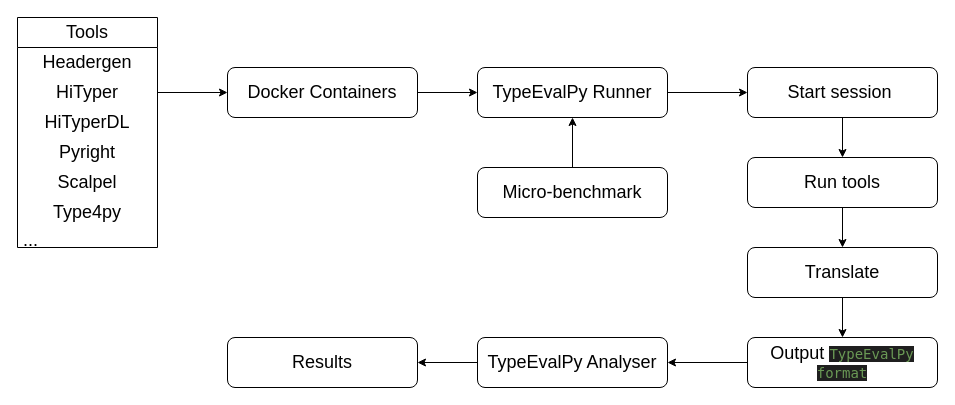
The draw.io diagram page "TypeEvalPy" (1 of 3) of docs/design.drawio in secure-software-engineering/TypeEvalPy, before the edit. Source tidied: cells renumbered, new cells numbered last; positions are measured from the earlier drawing's top-left corner, leaving out a move shared by most shapes. Both pictures are drawn from the tidied source at 100%, with x=0, y=0 at pixel (17, 17).
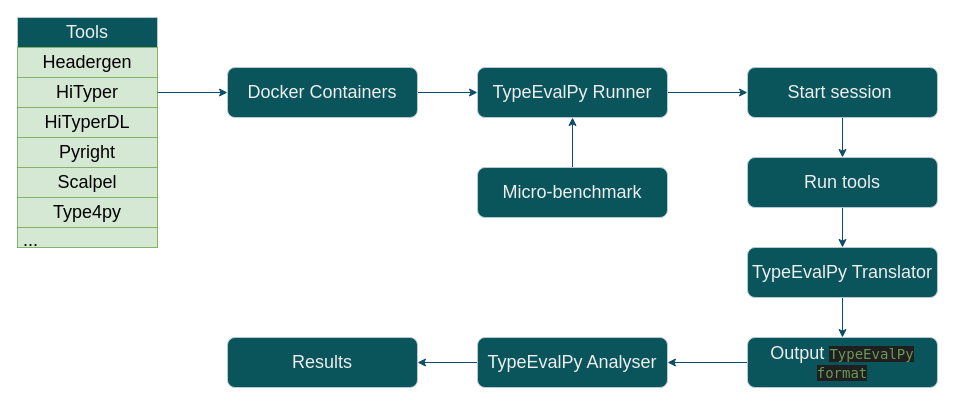
The same diagram, later.

Commit message (it also covers changes not shown here):
Results | Type category data for exact match

Change to the diagram source:
```diff
@@
-    <mxCell id="2" style="edgeStyle=none;html=1;exitX=0.5;exitY=0;exitDx=0;exitDy=0;entryX=0.5;entryY=1;entryDx=0;entryDy=0;fontSize=18;" parent="1" edge="1" source="3" target="16">
+    <mxCell id="2" style="edgeStyle=none;html=1;exitX=0.5;exitY=0;exitDx=0;exitDy=0;entryX=0.5;entryY=1;entryDx=0;entryDy=0;fontSize=18;labelBackgroundColor=none;strokeColor=#0B4D6A;fontColor=default;" parent="1" edge="1" source="3" target="16">
       <mxGeometry relative="1" as="geometry" />
     </mxCell>
-    <mxCell id="3" value="&lt;font style=&quot;font-size: 18px;&quot;&gt;Micro-benchmark&lt;/font&gt;" style="rounded=1;whiteSpace=wrap;html=1;" parent="1" vertex="1">
+    <mxCell id="3" value="&lt;font style=&quot;font-size: 18px;&quot;&gt;Micro-benchmark&lt;/font&gt;" style="rounded=1;whiteSpace=wrap;html=1;labelBackgroundColor=none;fillColor=#09555B;strokeColor=#BAC8D3;fontColor=#EEEEEE;" parent="1" vertex="1">
       <mxGeometry x="460" y="150" width="190" height="50" as="geometry" />
     </mxCell>
-    <mxCell id="4" style="edgeStyle=none;html=1;exitX=1;exitY=0.5;exitDx=0;exitDy=0;entryX=0;entryY=0.5;entryDx=0;entryDy=0;fontSize=18;" parent="1" edge="1" source="5" target="16">
+    <mxCell id="4" style="edgeStyle=none;html=1;exitX=1;exitY=0.5;exitDx=0;exitDy=0;entryX=0;entryY=0.5;entryDx=0;entryDy=0;fontSize=18;labelBackgroundColor=none;strokeColor=#0B4D6A;fontColor=default;" parent="1" edge="1" source="5" target="16">
       <mxGeometry relative="1" as="geometry" />
     </mxCell>
-    <mxCell id="5" value="&lt;font style=&quot;font-size: 18px;&quot;&gt;Docker Containers&lt;br&gt;&lt;/font&gt;" style="rounded=1;whiteSpace=wrap;html=1;" parent="1" vertex="1">
+    <mxCell id="5" value="&lt;font style=&quot;font-size: 18px;&quot;&gt;Docker Containers&lt;br&gt;&lt;/font&gt;" style="rounded=1;whiteSpace=wrap;html=1;labelBackgroundColor=none;fillColor=#09555B;strokeColor=#BAC8D3;fontColor=#EEEEEE;" parent="1" vertex="1">
       <mxGeometry x="210" y="50" width="190" height="50" as="geometry" />
     </mxCell>
-    <mxCell id="6" value="Tools" style="swimlane;fontStyle=0;horizontal=1;startSize=30;whiteSpace=wrap;html=1;fontSize=18;" parent="1" vertex="1">
+    <mxCell id="6" value="Tools" style="swimlane;fontStyle=0;horizontal=1;startSize=30;whiteSpace=wrap;html=1;fontSize=18;labelBackgroundColor=none;fillColor=#09555B;strokeColor=#BAC8D3;fontColor=#EEEEEE;" parent="1" vertex="1">
       <mxGeometry width="140" height="230" as="geometry" />
     </mxCell>
-    <mxCell id="7" value="&lt;div style=&quot;&quot;&gt;&lt;span style=&quot;background-color: initial;&quot;&gt;Headergen&lt;/span&gt;&lt;/div&gt;" style="text;strokeColor=none;fillColor=none;align=center;verticalAlign=middle;spacingLeft=4;spacingRight=4;overflow=hidden;whiteSpace=wrap;html=1;fontSize=18;" parent="6" vertex="1">
+    <mxCell id="7" value="&lt;div style=&quot;&quot;&gt;&lt;span style=&quot;background-color: initial;&quot;&gt;Headergen&lt;/span&gt;&lt;/div&gt;" style="text;strokeColor=#82b366;fillColor=#d5e8d4;align=center;verticalAlign=middle;spacingLeft=4;spacingRight=4;overflow=hidden;whiteSpace=wrap;html=1;fontSize=18;labelBackgroundColor=none;" parent="6" vertex="1">
       <mxGeometry y="30" width="140" height="30" as="geometry" />
     </mxCell>
-    <mxCell id="8" value="HiTyper" style="text;strokeColor=none;fillColor=none;align=center;verticalAlign=middle;spacingLeft=4;spacingRight=4;overflow=hidden;points=[[0,0.5],[1,0.5]];portConstraint=eastwest;whiteSpace=wrap;html=1;fontSize=18;" parent="6" vertex="1">
+    <mxCell id="8" value="HiTyper" style="text;strokeColor=#82b366;fillColor=#d5e8d4;align=center;verticalAlign=middle;spacingLeft=4;spacingRight=4;overflow=hidden;points=[[0,0.5],[1,0.5]];portConstraint=eastwest;whiteSpace=wrap;html=1;fontSize=18;labelBackgroundColor=none;" parent="6" vertex="1">
       <mxGeometry y="60" width="140" height="30" as="geometry" />
     </mxCell>
-    <mxCell id="9" value="HiTyperDL" style="text;strokeColor=none;fillColor=none;align=center;verticalAlign=middle;spacingLeft=4;spacingRight=4;overflow=hidden;whiteSpace=wrap;html=1;fontSize=18;" parent="6" vertex="1">
+    <mxCell id="9" value="HiTyperDL" style="text;strokeColor=#82b366;fillColor=#d5e8d4;align=center;verticalAlign=middle;spacingLeft=4;spacingRight=4;overflow=hidden;whiteSpace=wrap;html=1;fontSize=18;labelBackgroundColor=none;" parent="6" vertex="1">
       <mxGeometry y="90" width="140" height="30" as="geometry" />
     </mxCell>
-    <mxCell id="10" value="Pyright" style="text;strokeColor=none;fillColor=none;align=center;verticalAlign=middle;spacingLeft=4;spacingRight=4;overflow=hidden;whiteSpace=wrap;html=1;fontSize=18;" parent="6" vertex="1">
+    <mxCell id="10" value="Pyright" style="text;strokeColor=#82b366;fillColor=#d5e8d4;align=center;verticalAlign=middle;spacingLeft=4;spacingRight=4;overflow=hidden;whiteSpace=wrap;html=1;fontSize=18;labelBackgroundColor=none;" parent="6" vertex="1">
       <mxGeometry y="120" width="140" height="30" as="geometry" />
     </mxCell>
-    <mxCell id="11" value="Scalpel" style="text;strokeColor=none;fillColor=none;align=center;verticalAlign=middle;spacingLeft=4;spacingRight=4;overflow=hidden;whiteSpace=wrap;html=1;fontSize=18;" parent="6" vertex="1">
+    <mxCell id="11" value="Scalpel" style="text;strokeColor=#82b366;fillColor=#d5e8d4;align=center;verticalAlign=middle;spacingLeft=4;spacingRight=4;overflow=hidden;whiteSpace=wrap;html=1;fontSize=18;labelBackgroundColor=none;" parent="6" vertex="1">
       <mxGeometry y="150" width="140" height="30" as="geometry" />
     </mxCell>
-    <mxCell id="12" value="Type4py" style="text;strokeColor=none;fillColor=none;align=center;verticalAlign=middle;spacingLeft=4;spacingRight=4;overflow=hidden;whiteSpace=wrap;html=1;fontSize=18;" parent="6" vertex="1">
+    <mxCell id="12" value="Type4py" style="text;strokeColor=#82b366;fillColor=#d5e8d4;align=center;verticalAlign=middle;spacingLeft=4;spacingRight=4;overflow=hidden;whiteSpace=wrap;html=1;fontSize=18;labelBackgroundColor=none;" parent="6" vertex="1">
       <mxGeometry y="180" width="140" height="30" as="geometry" />
     </mxCell>
-    <mxCell id="13" value="..." style="text;strokeColor=none;fillColor=none;align=left;verticalAlign=middle;spacingLeft=4;spacingRight=4;overflow=hidden;whiteSpace=wrap;html=1;fontSize=18;" parent="6" vertex="1">
+    <mxCell id="13" value="..." style="text;strokeColor=#82b366;fillColor=#d5e8d4;align=left;verticalAlign=middle;spacingLeft=4;spacingRight=4;overflow=hidden;whiteSpace=wrap;html=1;fontSize=18;labelBackgroundColor=none;" parent="6" vertex="1">
       <mxGeometry y="210" width="140" height="20" as="geometry" />
     </mxCell>
-    <mxCell id="14" style="edgeStyle=none;html=1;exitX=1;exitY=0.5;exitDx=0;exitDy=0;entryX=0;entryY=0.5;entryDx=0;entryDy=0;fontSize=18;" parent="1" edge="1" source="8" target="5">
+    <mxCell id="14" style="edgeStyle=none;html=1;exitX=1;exitY=0.5;exitDx=0;exitDy=0;entryX=0;entryY=0.5;entryDx=0;entryDy=0;fontSize=18;labelBackgroundColor=none;strokeColor=#0B4D6A;fontColor=default;" parent="1" edge="1" source="8" target="5">
       <mxGeometry relative="1" as="geometry" />
     </mxCell>
-    <mxCell id="15" style="edgeStyle=none;html=1;fontSize=18;" parent="1" edge="1" source="16" target="18">
+    <mxCell id="15" style="edgeStyle=none;html=1;fontSize=18;labelBackgroundColor=none;strokeColor=#0B4D6A;fontColor=default;" parent="1" edge="1" source="16" target="18">
       <mxGeometry relative="1" as="geometry" />
     </mxCell>
-    <mxCell id="16" value="&lt;span style=&quot;font-size: 18px;&quot;&gt;TypeEvalPy Runner&lt;br&gt;&lt;/span&gt;" style="rounded=1;whiteSpace=wrap;html=1;" parent="1" vertex="1">
+    <mxCell id="16" value="&lt;span style=&quot;font-size: 18px;&quot;&gt;TypeEvalPy Runner&lt;br&gt;&lt;/span&gt;" style="rounded=1;whiteSpace=wrap;html=1;labelBackgroundColor=none;fillColor=#09555B;strokeColor=#BAC8D3;fontColor=#EEEEEE;" parent="1" vertex="1">
       <mxGeometry x="460" y="50" width="190" height="50" as="geometry" />
     </mxCell>
-    <mxCell id="17" style="edgeStyle=none;html=1;fontSize=18;" parent="1" edge="1" source="18" target="20">
+    <mxCell id="17" style="edgeStyle=none;html=1;fontSize=18;labelBackgroundColor=none;strokeColor=#0B4D6A;fontColor=default;" parent="1" edge="1" source="18" target="20">
       <mxGeometry relative="1" as="geometry" />
     </mxCell>
-    <mxCell id="18" value="&lt;span style=&quot;font-size: 18px;&quot;&gt;Start session&amp;nbsp;&lt;br&gt;&lt;/span&gt;" style="rounded=1;whiteSpace=wrap;html=1;" parent="1" vertex="1">
+    <mxCell id="18" value="&lt;span style=&quot;font-size: 18px;&quot;&gt;Start session&amp;nbsp;&lt;br&gt;&lt;/span&gt;" style="rounded=1;whiteSpace=wrap;html=1;labelBackgroundColor=none;fillColor=#09555B;strokeColor=#BAC8D3;fontColor=#EEEEEE;" parent="1" vertex="1">
       <mxGeometry x="730" y="50" width="190" height="50" as="geometry" />
     </mxCell>
-    <mxCell id="19" style="edgeStyle=none;html=1;fontSize=18;" parent="1" edge="1" source="20" target="22">
+    <mxCell id="19" style="edgeStyle=none;html=1;fontSize=18;labelBackgroundColor=none;strokeColor=#0B4D6A;fontColor=default;" parent="1" edge="1" source="20" target="22">
       <mxGeometry relative="1" as="geometry" />
     </mxCell>
-    <mxCell id="20" value="&lt;span style=&quot;font-size: 18px;&quot;&gt;Run tools&lt;br&gt;&lt;/span&gt;" style="rounded=1;whiteSpace=wrap;html=1;" parent="1" vertex="1">
+    <mxCell id="20" value="&lt;span style=&quot;font-size: 18px;&quot;&gt;Run tools&lt;br&gt;&lt;/span&gt;" style="rounded=1;whiteSpace=wrap;html=1;labelBackgroundColor=none;fillColor=#09555B;strokeColor=#BAC8D3;fontColor=#EEEEEE;" parent="1" vertex="1">
       <mxGeometry x="730" y="140" width="190" height="50" as="geometry" />
     </mxCell>
-    <mxCell id="21" style="edgeStyle=none;html=1;fontSize=18;" parent="1" edge="1" source="22" target="24">
+    <mxCell id="21" style="edgeStyle=none;html=1;fontSize=18;labelBackgroundColor=none;strokeColor=#0B4D6A;fontColor=default;" parent="1" edge="1" source="22" target="24">
       <mxGeometry relative="1" as="geometry" />
     </mxCell>
-    <mxCell id="22" value="&lt;span style=&quot;font-size: 18px;&quot;&gt;Translate&lt;br&gt;&lt;/span&gt;" style="rounded=1;whiteSpace=wrap;html=1;" parent="1" vertex="1">
+    <mxCell id="22" value="&lt;span style=&quot;font-size: 18px;&quot;&gt;TypeEvalPy Translator&lt;br&gt;&lt;/span&gt;" style="rounded=1;whiteSpace=wrap;html=1;labelBackgroundColor=none;fillColor=#09555B;strokeColor=#BAC8D3;fontColor=#EEEEEE;" parent="1" vertex="1">
       <mxGeometry x="730" y="230" width="190" height="50" as="geometry" />
     </mxCell>
-    <mxCell id="23" style="edgeStyle=none;html=1;fontSize=18;" parent="1" edge="1" source="24" target="26">
+    <mxCell id="23" style="edgeStyle=none;html=1;fontSize=18;labelBackgroundColor=none;strokeColor=#0B4D6A;fontColor=default;" parent="1" edge="1" source="24" target="26">
       <mxGeometry relative="1" as="geometry" />
     </mxCell>
-    <mxCell id="24" value="&lt;span style=&quot;font-size: 18px;&quot;&gt;Output&amp;nbsp;&lt;/span&gt;&lt;span style=&quot;color: rgb(106, 153, 85); background-color: rgb(31, 31, 31); font-family: &amp;quot;Droid Sans Mono&amp;quot;, &amp;quot;monospace&amp;quot;, monospace; font-size: 14px;&quot;&gt;TypeEvalPy format&lt;/span&gt;" style="rounded=1;whiteSpace=wrap;html=1;" parent="1" vertex="1">
+    <mxCell id="24" value="&lt;span style=&quot;font-size: 18px;&quot;&gt;Output&amp;nbsp;&lt;/span&gt;&lt;span style=&quot;color: rgb(106, 153, 85); background-color: rgb(31, 31, 31); font-family: &amp;quot;Droid Sans Mono&amp;quot;, &amp;quot;monospace&amp;quot;, monospace; font-size: 14px;&quot;&gt;TypeEvalPy format&lt;/span&gt;" style="rounded=1;whiteSpace=wrap;html=1;labelBackgroundColor=none;fillColor=#09555B;strokeColor=#BAC8D3;fontColor=#EEEEEE;" parent="1" vertex="1">
       <mxGeometry x="730" y="320" width="190" height="50" as="geometry" />
     </mxCell>
-    <mxCell id="25" style="edgeStyle=none;html=1;" parent="1" edge="1" source="26" target="27">
+    <mxCell id="25" style="edgeStyle=none;html=1;labelBackgroundColor=none;strokeColor=#0B4D6A;fontColor=default;" parent="1" edge="1" source="26" target="27">
       <mxGeometry relative="1" as="geometry" />
     </mxCell>
-    <mxCell id="26" value="&lt;span style=&quot;font-size: 18px;&quot;&gt;TypeEvalPy Analyser&lt;/span&gt;" style="rounded=1;whiteSpace=wrap;html=1;" parent="1" vertex="1">
+    <mxCell id="26" value="&lt;span style=&quot;font-size: 18px;&quot;&gt;TypeEvalPy Analyser&lt;/span&gt;" style="rounded=1;whiteSpace=wrap;html=1;labelBackgroundColor=none;fillColor=#09555B;strokeColor=#BAC8D3;fontColor=#EEEEEE;" parent="1" vertex="1">
       <mxGeometry x="460" y="320" width="190" height="50" as="geometry" />
     </mxCell>
-    <mxCell id="27" value="&lt;span style=&quot;font-size: 18px;&quot;&gt;Results&lt;/span&gt;" style="rounded=1;whiteSpace=wrap;html=1;" parent="1" vertex="1">
+    <mxCell id="27" value="&lt;span style=&quot;font-size: 18px;&quot;&gt;Results&lt;/span&gt;" style="rounded=1;whiteSpace=wrap;html=1;labelBackgroundColor=none;fillColor=#09555B;strokeColor=#BAC8D3;fontColor=#EEEEEE;" parent="1" vertex="1">
       <mxGeometry x="210" y="320" width="190" height="50" as="geometry" />
     </mxCell>
```
